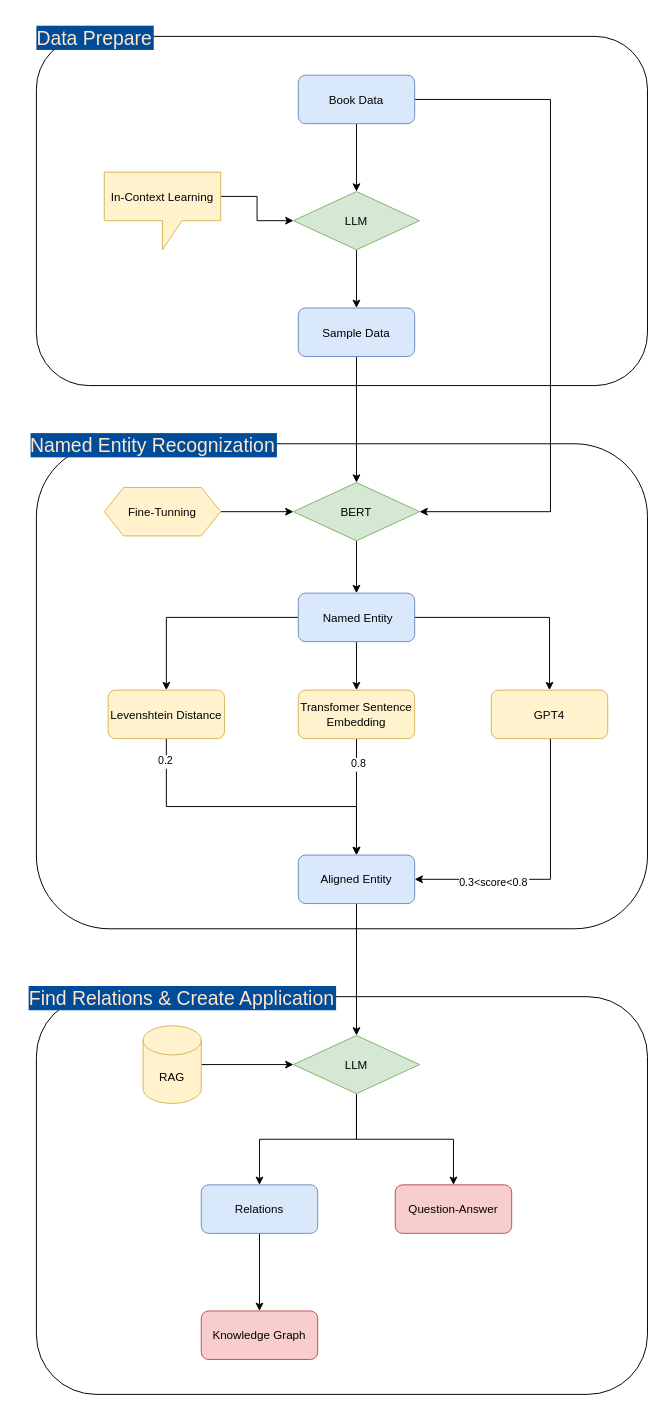
Try2beby/kg keeps this draw.io diagram as structure flow.dio. Above is the earlier version. Source tidied: cells renumbered, new cells numbered last; positions are measured from the earlier drawing's top-left corner, leaving out a move shared by most shapes. Both pictures are drawn from the tidied source at 97%, with x=0, y=0 at pixel (16, 16).
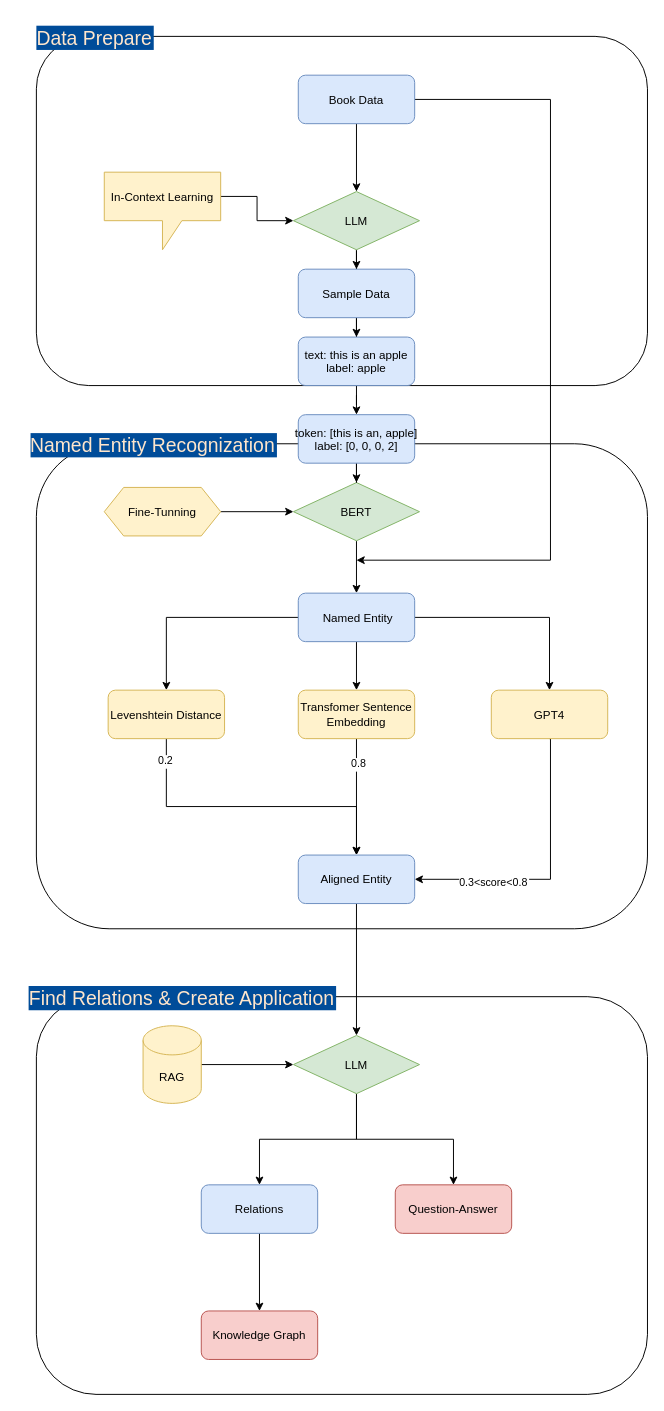
Above is the later version.

The change refers to these unchanged cells:
```xml
<mxCell id="8" value="Book Data" style="rounded=1;fillColor=#dae8fc;strokeColor=#6c8ebf;" parent="1" vertex="1">
  <mxGeometry x="290" y="60" width="120" height="50" as="geometry" />
</mxCell>
<mxCell id="14" value="BERT" style="rhombus;fillColor=#d5e8d4;strokeColor=#82b366;" parent="1" vertex="1">
  <mxGeometry x="285" y="480" width="130" height="60" as="geometry" />
</mxCell>
```

Change to the diagram source:
```diff
@@
-    <mxCell id="7" style="edgeStyle=orthogonalEdgeStyle;rounded=0;jettySize=auto;entryX=1;entryY=0.5;entryDx=0;entryDy=0;" parent="1" edge="1" source="8" target="14">
+    <mxCell id="7" style="edgeStyle=orthogonalEdgeStyle;rounded=0;jettySize=auto;" parent="1" edge="1" source="8">
       <mxGeometry relative="1" as="geometry">
+        <mxPoint x="350" y="560" as="targetPoint" />
         <Array as="points">
           <mxPoint x="550" y="85" />
-          <mxPoint x="550" y="510" />
+          <mxPoint x="550" y="560" />
         </Array>
       </mxGeometry>
     </mxCell>
@@
-    <mxCell id="11" style="edgeStyle=orthogonalEdgeStyle;rounded=0;jettySize=auto;entryX=0.5;entryY=0;entryDx=0;entryDy=0;" parent="1" edge="1" source="12" target="14">
-      <mxGeometry relative="1" as="geometry" />
-    </mxCell>
+    <mxCell id="45" style="edgeStyle=orthogonalEdgeStyle;rounded=0;jettySize=auto;" parent="1" edge="1" source="12" target="47">
+      <mxGeometry relative="1" as="geometry" />
+    </mxCell>
     <mxCell id="12" value="Sample Data" style="rounded=1;fillColor=#dae8fc;strokeColor=#6c8ebf;" parent="1" vertex="1">
-      <mxGeometry x="290" y="300" width="120" height="50" as="geometry" />
+      <mxGeometry x="290" y="260" width="120" height="50" as="geometry" />
     </mxCell>
@@
+    <mxCell id="46" style="edgeStyle=orthogonalEdgeStyle;rounded=0;jettySize=auto;" parent="1" edge="1" source="47" target="49">
+      <mxGeometry relative="1" as="geometry" />
+    </mxCell>
+    <mxCell id="47" value="text: this is an apple&#10;label: apple" style="rounded=1;fillColor=#dae8fc;strokeColor=#6c8ebf;" parent="1" vertex="1">
+      <mxGeometry x="290" y="330" width="120" height="50" as="geometry" />
+    </mxCell>
+    <mxCell id="48" style="edgeStyle=orthogonalEdgeStyle;rounded=0;jettySize=auto;entryX=0.5;entryY=0;entryDx=0;entryDy=0;" parent="1" edge="1" source="49" target="14">
+      <mxGeometry relative="1" as="geometry" />
+    </mxCell>
+    <mxCell id="49" value="token: [this is an, apple]&#10;label: [0, 0, 0, 2]" style="rounded=1;fillColor=#dae8fc;strokeColor=#6c8ebf;" parent="1" vertex="1">
+      <mxGeometry x="290" y="410" width="120" height="50" as="geometry" />
+    </mxCell>
```
